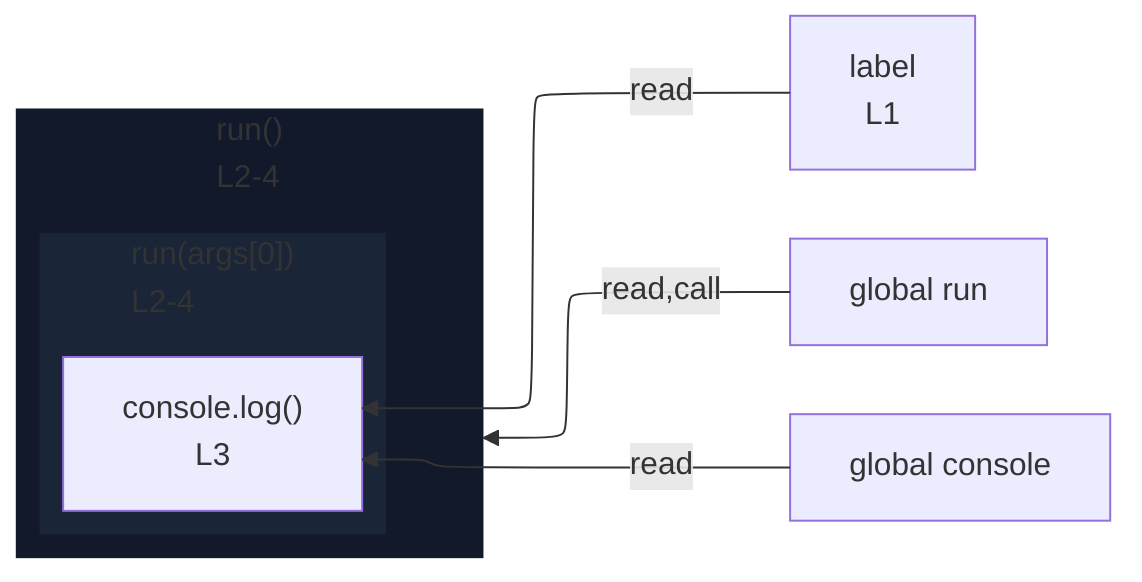
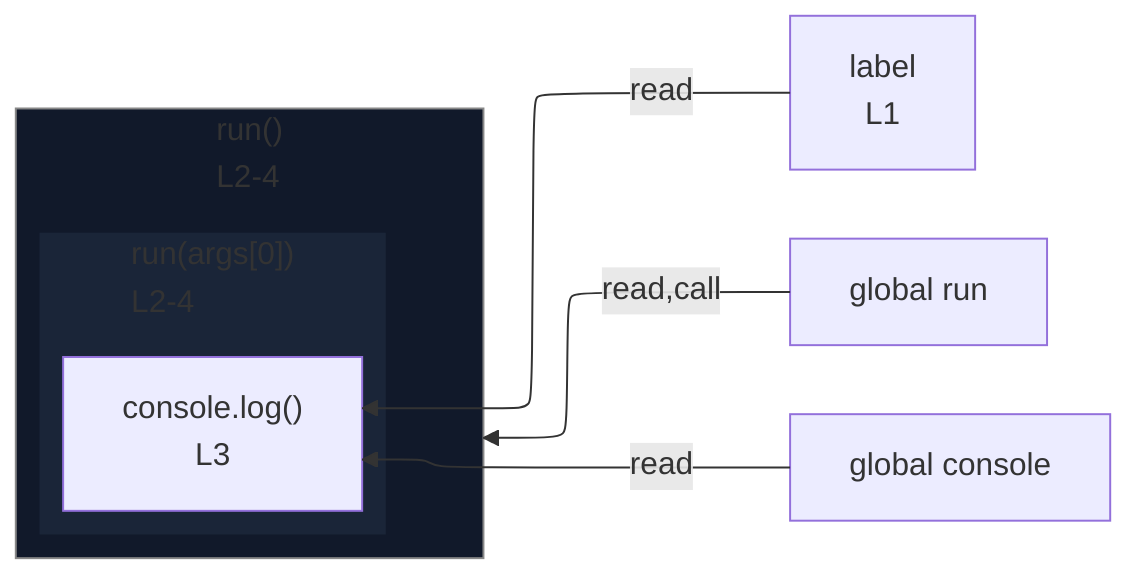
%%{init: {"flowchart": {"defaultRenderer": "elk"}}}%%
flowchart RL
  n_scope_0_label_6["label<br/>L1"]
  n_scope_0_run_23["global run"]
  n_scope_0_console_37["global console"]
  subgraph expr_stmt_23["run()<br/>L2-4"]
    direction RL
    subgraph s_scope_1["run(args[0])<br/>L2-4"]
      direction RL
      expr_stmt_37["console.log()<br/>L3"]
    end
  end
  n_scope_0_run_23 -->|read,call| expr_stmt_23
  n_scope_0_console_37 -->|read| expr_stmt_37
  n_scope_0_label_6 -->|read| expr_stmt_37
  classDef nestL1 fill:#11192a,stroke:transparent;
  class expr_stmt_23 nestL1;
  classDef nestL2 fill:#1a2538,stroke:transparent;
  class s_scope_1 nestL2;
+   classDef edgeTargetSubgraph stroke:#888;
+   class expr_stmt_23 edgeTargetSubgraph;
